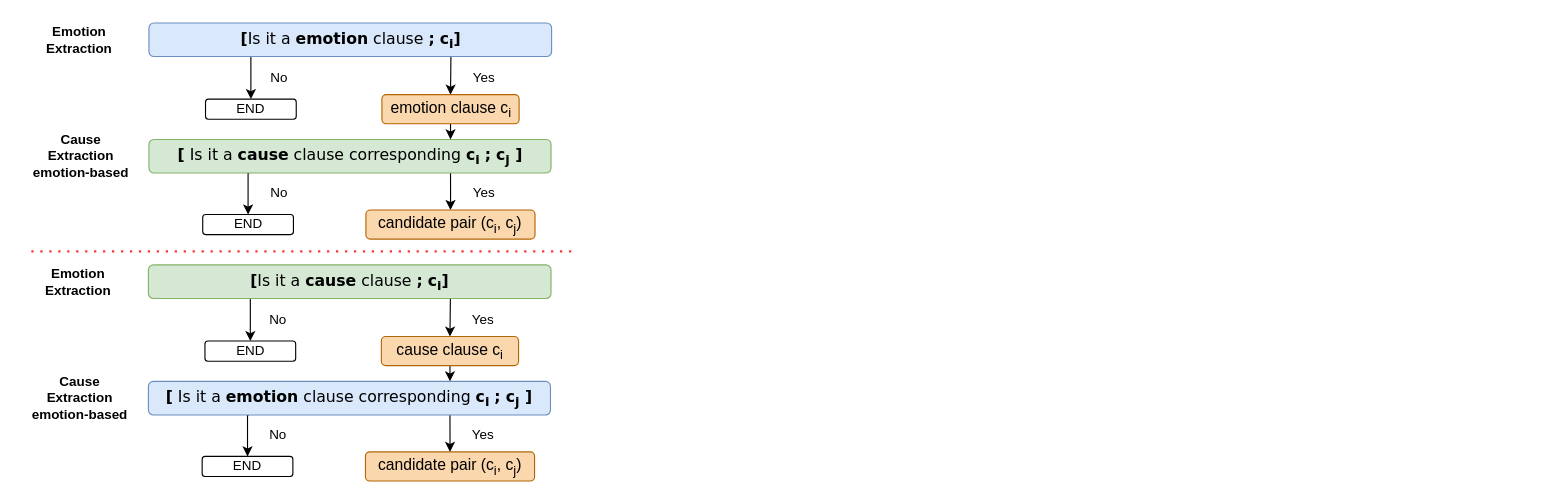
Before: framework2.drawio in zhoucz97/paper_figure, a draw.io diagram. Source tidied: cells renumbered, new cells numbered last; positions are measured from the earlier drawing's top-left corner, leaving out a move shared by most shapes. Both pictures are drawn from the tidied source at 112%, with x=0, y=0 at pixel (24, 22).
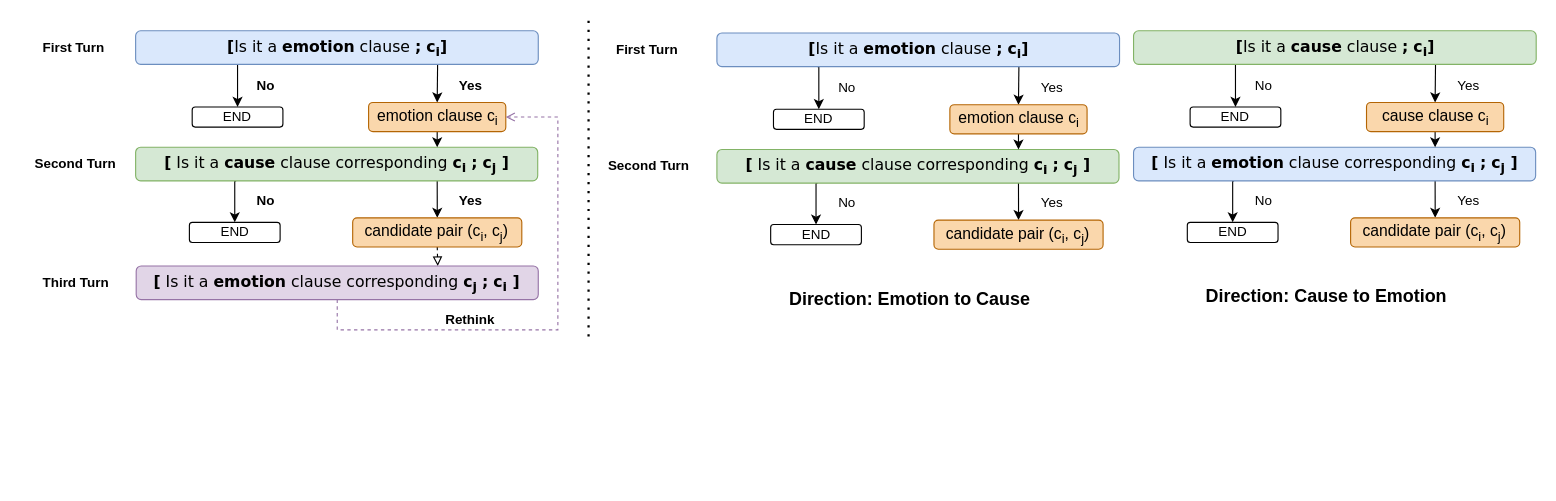
Above is the later version.

Diff of the diagram source:
```diff
@@
     <mxCell id="4" value="&lt;font style=&quot;font-size: 14px&quot;&gt;&lt;font face=&quot;Verdana&quot;&gt;&lt;b&gt;[&lt;/b&gt;&lt;/font&gt;&lt;span style=&quot;font-family: &amp;#34;verdana&amp;#34;&quot;&gt;Is it a&amp;nbsp;&lt;/span&gt;&lt;b style=&quot;font-family: &amp;#34;verdana&amp;#34;&quot;&gt;emotion&lt;/b&gt;&lt;span style=&quot;font-family: &amp;#34;verdana&amp;#34;&quot;&gt;&amp;nbsp;clause&amp;nbsp;&lt;/span&gt;&lt;b style=&quot;font-family: &amp;#34;verdana&amp;#34;&quot;&gt;;&lt;/b&gt;&lt;span style=&quot;font-family: &amp;#34;verdana&amp;#34;&quot;&gt;&amp;nbsp;&lt;b&gt;c&lt;sub&gt;i&lt;/sub&gt;]&lt;/b&gt;&lt;/span&gt;&lt;/font&gt;" style="rounded=1;whiteSpace=wrap;html=1;fillColor=#dae8fc;strokeColor=#6c8ebf;" parent="1" vertex="1">
-      <mxGeometry x="111.5" width="359.5" height="30" as="geometry" />
+      <mxGeometry x="618.6" y="9" width="359.5" height="30" as="geometry" />
     </mxCell>
     <mxCell id="5" value="END" style="rounded=1;whiteSpace=wrap;html=1;" parent="1" vertex="1">
-      <mxGeometry x="162" y="68" width="81" height="18" as="geometry" />
+      <mxGeometry x="669.1" y="77" width="81" height="18" as="geometry" />
     </mxCell>
@@
     <mxCell id="8" value="&lt;font style=&quot;font-size: 14px&quot; face=&quot;Verdana&quot;&gt;&lt;b&gt;[&lt;/b&gt; Is it a &lt;b&gt;cause&lt;/b&gt; clause corresponding &lt;b&gt;c&lt;sub&gt;i&lt;/sub&gt;&lt;/b&gt; &lt;b&gt;;&lt;/b&gt; &lt;b&gt;c&lt;sub&gt;j&lt;/sub&gt;&amp;nbsp;]&lt;/b&gt;&lt;/font&gt;" style="rounded=1;whiteSpace=wrap;html=1;fillColor=#D5E8D4;strokeColor=#82B366;" parent="1" vertex="1">
-      <mxGeometry x="111.5" y="104" width="359" height="30" as="geometry" />
+      <mxGeometry x="618.6" y="113" width="359" height="30" as="geometry" />
     </mxCell>
@@
     <mxCell id="10" value="&lt;font style=&quot;font-size: 14px&quot;&gt;emotion clause c&lt;sub&gt;i&lt;/sub&gt;&lt;/font&gt;" style="rounded=1;whiteSpace=wrap;html=1;fillColor=#fad7ac;strokeColor=#b46504;" parent="1" vertex="1">
-      <mxGeometry x="319.5" y="64" width="122.5" height="26" as="geometry" />
+      <mxGeometry x="826.6" y="73" width="122.5" height="26" as="geometry" />
     </mxCell>
     <mxCell id="11" value="END" style="rounded=1;whiteSpace=wrap;html=1;" parent="1" vertex="1">
-      <mxGeometry x="159.5" y="171" width="81" height="18" as="geometry" />
+      <mxGeometry x="666.6" y="180" width="81" height="18" as="geometry" />
     </mxCell>
     <mxCell id="12" value="&lt;font style=&quot;font-size: 14px&quot;&gt;candidate pair (c&lt;sub&gt;i&lt;/sub&gt;, c&lt;sub&gt;j&lt;/sub&gt;)&lt;/font&gt;" style="rounded=1;whiteSpace=wrap;html=1;fillColor=#fad7ac;strokeColor=#b46504;" parent="1" vertex="1">
-      <mxGeometry x="305.2" y="167" width="151" height="26" as="geometry" />
+      <mxGeometry x="812.4" y="176" width="151" height="26" as="geometry" />
     </mxCell>
-    <mxCell id="13" value="&lt;b&gt;Emotion&lt;br&gt;Extraction&lt;/b&gt;" style="text;html=1;strokeColor=none;fillColor=none;align=center;verticalAlign=middle;whiteSpace=wrap;rounded=0;" parent="1" vertex="1">
-      <mxGeometry x="0.5" y="5" width="97" height="20" as="geometry" />
+    <mxCell id="13" value="&lt;b&gt;First Turn&lt;/b&gt;" style="text;html=1;strokeColor=none;fillColor=none;align=center;verticalAlign=middle;whiteSpace=wrap;rounded=0;" parent="1" vertex="1">
+      <mxGeometry x="507.6" y="14" width="97" height="20" as="geometry" />
     </mxCell>
-    <mxCell id="14" value="&lt;b&gt;Cause Extraction &lt;br&gt;emotion-based&lt;/b&gt;" style="text;html=1;strokeColor=none;fillColor=none;align=center;verticalAlign=middle;whiteSpace=wrap;rounded=0;" parent="1" vertex="1">
-      <mxGeometry x="0.5" y="109" width="100.2" height="20" as="geometry" />
+    <mxCell id="14" value="&lt;b&gt;Second Turn&lt;/b&gt;" style="text;html=1;strokeColor=none;fillColor=none;align=center;verticalAlign=middle;whiteSpace=wrap;rounded=0;" parent="1" vertex="1">
+      <mxGeometry x="507.6" y="118" width="100.2" height="20" as="geometry" />
     </mxCell>
     <mxCell id="15" value="No" style="text;html=1;strokeColor=none;fillColor=none;align=center;verticalAlign=middle;whiteSpace=wrap;rounded=0;" parent="1" vertex="1">
-      <mxGeometry x="207.5" y="142" width="40" height="20" as="geometry" />
+      <mxGeometry x="714.6" y="151" width="40" height="20" as="geometry" />
     </mxCell>
     <mxCell id="16" value="Yes" style="text;html=1;strokeColor=none;fillColor=none;align=center;verticalAlign=middle;whiteSpace=wrap;rounded=0;" parent="1" vertex="1">
-      <mxGeometry x="390.5" y="142" width="40" height="20" as="geometry" />
+      <mxGeometry x="897.6" y="151" width="40" height="20" as="geometry" />
     </mxCell>
     <mxCell id="17" value="No" style="text;html=1;strokeColor=none;fillColor=none;align=center;verticalAlign=middle;whiteSpace=wrap;rounded=0;" parent="1" vertex="1">
-      <mxGeometry x="207.5" y="39" width="40" height="20" as="geometry" />
+      <mxGeometry x="714.6" y="48" width="40" height="20" as="geometry" />
     </mxCell>
     <mxCell id="18" value="Yes" style="text;html=1;strokeColor=none;fillColor=none;align=center;verticalAlign=middle;whiteSpace=wrap;rounded=0;" parent="1" vertex="1">
-      <mxGeometry x="390.5" y="39" width="40" height="20" as="geometry" />
+      <mxGeometry x="897.6" y="48" width="40" height="20" as="geometry" />
     </mxCell>
@@
     <mxCell id="21" value="&lt;font style=&quot;font-size: 14px&quot;&gt;&lt;font face=&quot;Verdana&quot;&gt;&lt;b&gt;[&lt;/b&gt;&lt;/font&gt;&lt;span style=&quot;font-family: &amp;#34;verdana&amp;#34;&quot;&gt;Is it a&amp;nbsp;&lt;/span&gt;&lt;b style=&quot;font-family: &amp;#34;verdana&amp;#34;&quot;&gt;cause&lt;/b&gt;&lt;span style=&quot;font-family: &amp;#34;verdana&amp;#34;&quot;&gt;&amp;nbsp;clause&amp;nbsp;&lt;/span&gt;&lt;b style=&quot;font-family: &amp;#34;verdana&amp;#34;&quot;&gt;;&lt;/b&gt;&lt;span style=&quot;font-family: &amp;#34;verdana&amp;#34;&quot;&gt;&amp;nbsp;&lt;b&gt;c&lt;sub&gt;i&lt;/sub&gt;]&lt;/b&gt;&lt;/span&gt;&lt;/font&gt;" style="rounded=1;whiteSpace=wrap;html=1;fillColor=#D5E8D4;strokeColor=#82B366;" parent="1" vertex="1">
-      <mxGeometry x="111" y="216" width="359.5" height="30" as="geometry" />
+      <mxGeometry x="990.6" y="7" width="359.5" height="30" as="geometry" />
     </mxCell>
     <mxCell id="22" value="END" style="rounded=1;whiteSpace=wrap;html=1;" parent="1" vertex="1">
-      <mxGeometry x="161.5" y="284" width="81" height="18" as="geometry" />
+      <mxGeometry x="1041.1" y="75" width="81" height="18" as="geometry" />
     </mxCell>
@@
     <mxCell id="25" value="&lt;font style=&quot;font-size: 14px&quot; face=&quot;Verdana&quot;&gt;&lt;b&gt;[&lt;/b&gt; Is it a &lt;b&gt;emotion&lt;/b&gt; clause corresponding &lt;b&gt;c&lt;sub&gt;i&lt;/sub&gt;&lt;/b&gt; &lt;b&gt;;&lt;/b&gt; &lt;b&gt;c&lt;sub&gt;j&lt;/sub&gt;&amp;nbsp;]&lt;/b&gt;&lt;/font&gt;" style="rounded=1;whiteSpace=wrap;html=1;fillColor=#DAE8FC;strokeColor=#6C8EBF;" parent="1" vertex="1">
-      <mxGeometry x="111" y="320" width="359" height="30" as="geometry" />
+      <mxGeometry x="990.6" y="111" width="359" height="30" as="geometry" />
     </mxCell>
@@
     <mxCell id="27" value="&lt;font style=&quot;font-size: 14px&quot;&gt;cause clause c&lt;sub&gt;i&lt;/sub&gt;&lt;/font&gt;" style="rounded=1;whiteSpace=wrap;html=1;fillColor=#fad7ac;strokeColor=#b46504;" parent="1" vertex="1">
-      <mxGeometry x="319" y="280" width="122.5" height="26" as="geometry" />
+      <mxGeometry x="1198.6" y="71" width="122.5" height="26" as="geometry" />
     </mxCell>
     <mxCell id="28" value="END" style="rounded=1;whiteSpace=wrap;html=1;" parent="1" vertex="1">
-      <mxGeometry x="159" y="387" width="81" height="18" as="geometry" />
+      <mxGeometry x="1038.6" y="178" width="81" height="18" as="geometry" />
     </mxCell>
     <mxCell id="29" value="&lt;font style=&quot;font-size: 14px&quot;&gt;candidate pair (c&lt;sub&gt;i&lt;/sub&gt;, c&lt;sub&gt;j&lt;/sub&gt;)&lt;/font&gt;" style="rounded=1;whiteSpace=wrap;html=1;fillColor=#fad7ac;strokeColor=#b46504;" parent="1" vertex="1">
-      <mxGeometry x="304.8" y="383" width="151" height="26" as="geometry" />
+      <mxGeometry x="1184.4" y="174" width="151" height="26" as="geometry" />
     </mxCell>
-    <mxCell id="30" value="&lt;b&gt;Emotion&lt;br&gt;Extraction&lt;/b&gt;" style="text;html=1;strokeColor=none;fillColor=none;align=center;verticalAlign=middle;whiteSpace=wrap;rounded=0;" parent="1" vertex="1">
-      <mxGeometry y="221" width="97" height="20" as="geometry" />
-    </mxCell>
-    <mxCell id="31" value="&lt;b&gt;Cause Extraction &lt;br&gt;emotion-based&lt;/b&gt;" style="text;html=1;strokeColor=none;fillColor=none;align=center;verticalAlign=middle;whiteSpace=wrap;rounded=0;" parent="1" vertex="1">
-      <mxGeometry y="325" width="100.2" height="20" as="geometry" />
-    </mxCell>
     <mxCell id="32" value="No" style="text;html=1;strokeColor=none;fillColor=none;align=center;verticalAlign=middle;whiteSpace=wrap;rounded=0;" parent="1" vertex="1">
-      <mxGeometry x="207" y="358" width="40" height="20" as="geometry" />
+      <mxGeometry x="1086.6" y="149" width="40" height="20" as="geometry" />
     </mxCell>
     <mxCell id="33" value="Yes" style="text;html=1;strokeColor=none;fillColor=none;align=center;verticalAlign=middle;whiteSpace=wrap;rounded=0;" parent="1" vertex="1">
-      <mxGeometry x="390" y="358" width="40" height="20" as="geometry" />
+      <mxGeometry x="1269.6" y="149" width="40" height="20" as="geometry" />
     </mxCell>
     <mxCell id="34" value="No" style="text;html=1;strokeColor=none;fillColor=none;align=center;verticalAlign=middle;whiteSpace=wrap;rounded=0;" parent="1" vertex="1">
-      <mxGeometry x="207" y="255" width="40" height="20" as="geometry" />
+      <mxGeometry x="1086.6" y="46" width="40" height="20" as="geometry" />
     </mxCell>
     <mxCell id="35" value="Yes" style="text;html=1;strokeColor=none;fillColor=none;align=center;verticalAlign=middle;whiteSpace=wrap;rounded=0;" parent="1" vertex="1">
-      <mxGeometry x="390" y="255" width="40" height="20" as="geometry" />
+      <mxGeometry x="1269.6" y="46" width="40" height="20" as="geometry" />
     </mxCell>
-    <mxCell id="36" style="endArrow=none;dashed=1;html=1;dashPattern=1 3;strokeWidth=2;strokeColor=#FF3333;" parent="1" edge="1">
+    <mxCell id="36" style="endArrow=none;dashed=1;html=1;dashPattern=1 3;strokeWidth=2;" parent="1" edge="1">
       <mxGeometry relative="1" as="geometry">
-        <mxPoint x="6.5" y="204" as="sourcePoint" />
-        <mxPoint x="492.5" y="204" as="targetPoint" />
+        <mxPoint x="504" y="-2" as="sourcePoint" />
+        <mxPoint x="504" y="281" as="targetPoint" />
       </mxGeometry>
     </mxCell>
+    <mxCell id="37" value="&lt;font size=&quot;1&quot;&gt;&lt;b style=&quot;font-size: 16px&quot;&gt;Direction: Emotion to Cause&lt;/b&gt;&lt;/font&gt;" style="text;html=1;strokeColor=none;fillColor=none;align=center;verticalAlign=middle;whiteSpace=wrap;rounded=0;" parent="1" vertex="1">
+      <mxGeometry x="669.1" y="224" width="244" height="44" as="geometry" />
+    </mxCell>
+    <mxCell id="38" value="&lt;font size=&quot;1&quot;&gt;&lt;b style=&quot;font-size: 16px&quot;&gt;Direction: Cause to Emotion&lt;/b&gt;&lt;/font&gt;" style="text;html=1;strokeColor=none;fillColor=none;align=center;verticalAlign=middle;whiteSpace=wrap;rounded=0;" parent="1" vertex="1">
+      <mxGeometry x="1041.1" y="222" width="244" height="44" as="geometry" />
+    </mxCell>
+    <mxCell id="39" style="edgeStyle=orthogonalEdgeStyle;rounded=0;jettySize=auto;html=1;exitX=0.25;exitY=1;exitDx=0;exitDy=0;entryX=0.5;entryY=0;entryDx=0;entryDy=0;" parent="1" edge="1" source="41" target="42">
+      <mxGeometry relative="1" as="geometry" />
+    </mxCell>
+    <mxCell id="40" style="edgeStyle=orthogonalEdgeStyle;rounded=0;jettySize=auto;html=1;exitX=0.75;exitY=1;exitDx=0;exitDy=0;entryX=0.5;entryY=0;entryDx=0;entryDy=0;" parent="1" edge="1" source="41" target="47">
+      <mxGeometry relative="1" as="geometry" />
+    </mxCell>
+    <mxCell id="41" value="&lt;font style=&quot;font-size: 14px&quot;&gt;&lt;font face=&quot;Verdana&quot;&gt;&lt;b&gt;[&lt;/b&gt;&lt;/font&gt;&lt;span style=&quot;font-family: &amp;#34;verdana&amp;#34;&quot;&gt;Is it a&amp;nbsp;&lt;/span&gt;&lt;b style=&quot;font-family: &amp;#34;verdana&amp;#34;&quot;&gt;emotion&lt;/b&gt;&lt;span style=&quot;font-family: &amp;#34;verdana&amp;#34;&quot;&gt;&amp;nbsp;clause&amp;nbsp;&lt;/span&gt;&lt;b style=&quot;font-family: &amp;#34;verdana&amp;#34;&quot;&gt;;&lt;/b&gt;&lt;span style=&quot;font-family: &amp;#34;verdana&amp;#34;&quot;&gt;&amp;nbsp;&lt;b&gt;c&lt;sub&gt;i&lt;/sub&gt;]&lt;/b&gt;&lt;/span&gt;&lt;/font&gt;" style="rounded=1;whiteSpace=wrap;html=1;fillColor=#dae8fc;strokeColor=#6c8ebf;" parent="1" vertex="1">
+      <mxGeometry x="99.6" y="7" width="359.5" height="30" as="geometry" />
+    </mxCell>
+    <mxCell id="42" value="END" style="rounded=1;whiteSpace=wrap;html=1;" parent="1" vertex="1">
+      <mxGeometry x="150.1" y="75" width="81" height="18" as="geometry" />
+    </mxCell>
+    <mxCell id="43" style="edgeStyle=orthogonalEdgeStyle;rounded=0;jettySize=auto;html=1;exitX=0.25;exitY=1;exitDx=0;exitDy=0;entryX=0.5;entryY=0;entryDx=0;entryDy=0;" parent="1" edge="1" source="45" target="48">
+      <mxGeometry relative="1" as="geometry" />
+    </mxCell>
+    <mxCell id="44" style="edgeStyle=orthogonalEdgeStyle;rounded=0;jettySize=auto;html=1;exitX=0.75;exitY=1;exitDx=0;exitDy=0;" parent="1" edge="1" source="45" target="50">
+      <mxGeometry relative="1" as="geometry" />
+    </mxCell>
+    <mxCell id="45" value="&lt;font style=&quot;font-size: 14px&quot; face=&quot;Verdana&quot;&gt;&lt;b&gt;[&lt;/b&gt; Is it a &lt;b&gt;cause&lt;/b&gt; clause corresponding &lt;b&gt;c&lt;sub&gt;i&lt;/sub&gt;&lt;/b&gt; &lt;b&gt;;&lt;/b&gt; &lt;b&gt;c&lt;sub&gt;j&lt;/sub&gt;&amp;nbsp;]&lt;/b&gt;&lt;/font&gt;" style="rounded=1;whiteSpace=wrap;html=1;fillColor=#d5e8d4;strokeColor=#82b366;" parent="1" vertex="1">
+      <mxGeometry x="99.6" y="111" width="359" height="30" as="geometry" />
+    </mxCell>
+    <mxCell id="46" style="edgeStyle=orthogonalEdgeStyle;rounded=0;jettySize=auto;html=1;exitX=0.5;exitY=1;exitDx=0;exitDy=0;entryX=0.75;entryY=0;entryDx=0;entryDy=0;" parent="1" edge="1" source="47" target="45">
+      <mxGeometry relative="1" as="geometry" />
+    </mxCell>
+    <mxCell id="47" value="&lt;font style=&quot;font-size: 14px&quot;&gt;emotion clause c&lt;sub&gt;i&lt;/sub&gt;&lt;/font&gt;" style="rounded=1;whiteSpace=wrap;html=1;fillColor=#fad7ac;strokeColor=#b46504;" parent="1" vertex="1">
+      <mxGeometry x="307.6" y="71" width="122.5" height="26" as="geometry" />
+    </mxCell>
+    <mxCell id="48" value="END" style="rounded=1;whiteSpace=wrap;html=1;" parent="1" vertex="1">
+      <mxGeometry x="147.6" y="178" width="81" height="18" as="geometry" />
+    </mxCell>
+    <mxCell id="49" style="edgeStyle=orthogonalEdgeStyle;rounded=0;jettySize=auto;html=1;exitX=0.5;exitY=1;exitDx=0;exitDy=0;entryX=0.75;entryY=0;entryDx=0;entryDy=0;dashed=1;endArrow=block;endFill=0;" parent="1" edge="1" source="50" target="52">
+      <mxGeometry relative="1" as="geometry" />
+    </mxCell>
+    <mxCell id="50" value="&lt;font style=&quot;font-size: 14px&quot;&gt;candidate pair (c&lt;sub&gt;i&lt;/sub&gt;, c&lt;sub&gt;j&lt;/sub&gt;)&lt;/font&gt;" style="rounded=1;whiteSpace=wrap;html=1;fillColor=#fad7ac;strokeColor=#b46504;" parent="1" vertex="1">
+      <mxGeometry x="293.4" y="174" width="151" height="26" as="geometry" />
+    </mxCell>
+    <mxCell id="51" style="edgeStyle=orthogonalEdgeStyle;rounded=0;jettySize=auto;html=1;entryX=1;entryY=0.5;entryDx=0;entryDy=0;dashed=1;endArrow=open;endFill=0;fillColor=#e1d5e7;strokeColor=#9673a6;" parent="1" edge="1" source="52" target="47">
+      <mxGeometry relative="1" as="geometry">
+        <Array as="points">
+          <mxPoint x="279.6" y="274" />
+          <mxPoint x="476.6" y="274" />
+          <mxPoint x="476.6" y="84" />
+        </Array>
+      </mxGeometry>
+    </mxCell>
+    <mxCell id="52" value="&lt;font style=&quot;font-size: 14px&quot; face=&quot;Verdana&quot;&gt;&lt;b&gt;[&lt;/b&gt; Is it a &lt;b&gt;emotion&lt;/b&gt; clause corresponding &lt;b&gt;c&lt;sub&gt;j&lt;/sub&gt;&lt;/b&gt;&amp;nbsp;&lt;b&gt;;&lt;/b&gt; &lt;b&gt;c&lt;sub&gt;i&lt;/sub&gt;&amp;nbsp;]&lt;/b&gt;&lt;/font&gt;" style="rounded=1;whiteSpace=wrap;html=1;fillColor=#e1d5e7;strokeColor=#9673a6;" parent="1" vertex="1">
+      <mxGeometry x="100.1" y="217" width="359" height="30" as="geometry" />
+    </mxCell>
+    <mxCell id="53" value="&lt;b&gt;First Turn&lt;/b&gt;" style="text;html=1;strokeColor=none;fillColor=none;align=center;verticalAlign=middle;whiteSpace=wrap;rounded=0;" parent="1" vertex="1">
+      <mxGeometry x="-3.7" y="12" width="97" height="20" as="geometry" />
+    </mxCell>
+    <mxCell id="54" value="&lt;b&gt;Second Turn&lt;/b&gt;" style="text;html=1;strokeColor=none;fillColor=none;align=center;verticalAlign=middle;whiteSpace=wrap;rounded=0;" parent="1" vertex="1">
+      <mxGeometry x="-4" y="116" width="100.2" height="20" as="geometry" />
+    </mxCell>
+    <mxCell id="55" value="&lt;b&gt;Third Turn&lt;/b&gt;" style="text;html=1;strokeColor=none;fillColor=none;align=center;verticalAlign=middle;whiteSpace=wrap;rounded=0;" parent="1" vertex="1">
+      <mxGeometry x="-3.1" y="222" width="98.5" height="20" as="geometry" />
+    </mxCell>
+    <mxCell id="56" value="&lt;b&gt;No&lt;/b&gt;" style="text;html=1;strokeColor=none;fillColor=none;align=center;verticalAlign=middle;whiteSpace=wrap;rounded=0;" parent="1" vertex="1">
+      <mxGeometry x="195.6" y="149" width="40" height="20" as="geometry" />
+    </mxCell>
+    <mxCell id="57" value="&lt;b&gt;Yes&lt;/b&gt;" style="text;html=1;strokeColor=none;fillColor=none;align=center;verticalAlign=middle;whiteSpace=wrap;rounded=0;" parent="1" vertex="1">
+      <mxGeometry x="378.6" y="149" width="40" height="20" as="geometry" />
+    </mxCell>
+    <mxCell id="58" value="&lt;b&gt;Rethink&lt;/b&gt;" style="text;html=1;strokeColor=none;fillColor=none;align=center;verticalAlign=middle;whiteSpace=wrap;rounded=0;" parent="1" vertex="1">
+      <mxGeometry x="371.2" y="255" width="54.8" height="20" as="geometry" />
+    </mxCell>
+    <mxCell id="59" value="&lt;b&gt;No&lt;/b&gt;" style="text;html=1;strokeColor=none;fillColor=none;align=center;verticalAlign=middle;whiteSpace=wrap;rounded=0;" parent="1" vertex="1">
+      <mxGeometry x="195.6" y="46" width="40" height="20" as="geometry" />
+    </mxCell>
+    <mxCell id="60" value="&lt;b&gt;Yes&lt;/b&gt;" style="text;html=1;strokeColor=none;fillColor=none;align=center;verticalAlign=middle;whiteSpace=wrap;rounded=0;" parent="1" vertex="1">
+      <mxGeometry x="378.6" y="46" width="40" height="20" as="geometry" />
+    </mxCell>
```
